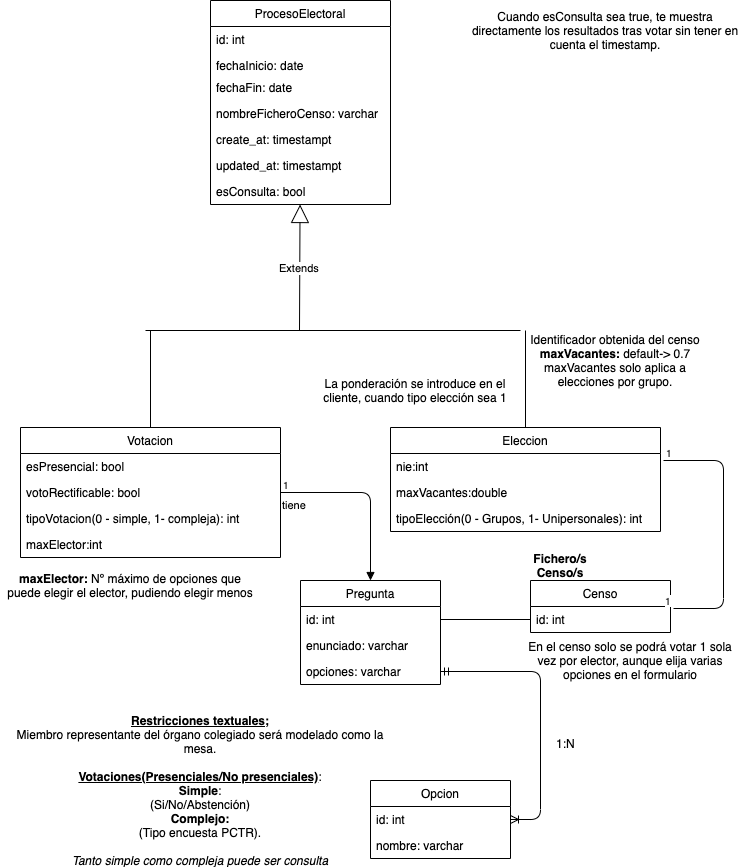
This is Análisis/diagramabd_votaciones.png from SalkerAG/Votaciones-Pinf-20, a draw.io export, as it was before one commit. Source tidied: cells renumbered, new cells last; positions are measured from the earlier drawing's top-left corner, leaving out a move shared by most shapes.
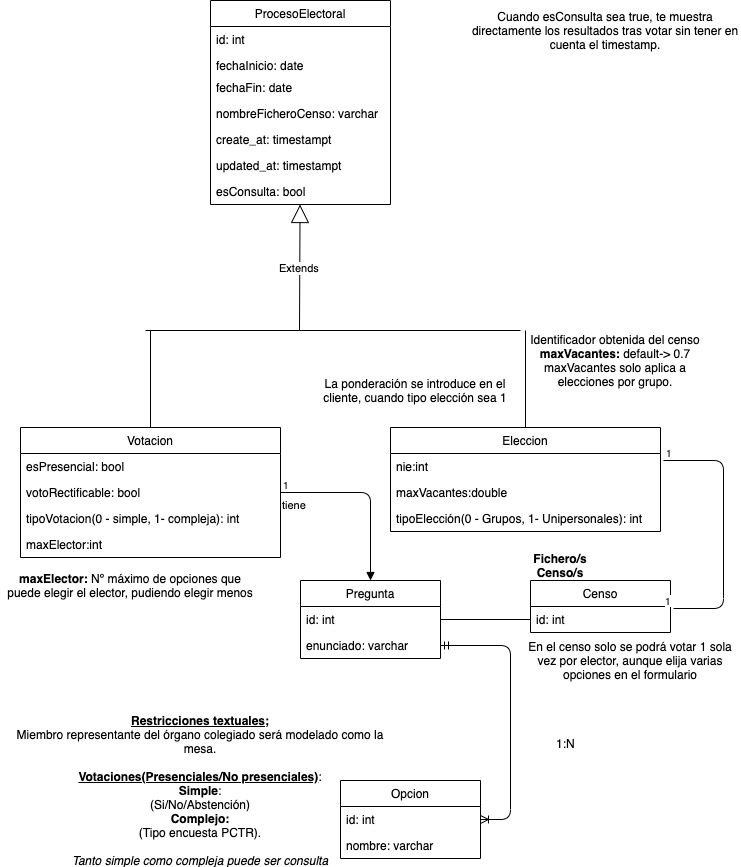
Above is the later version.

Diff of the diagram source:
```diff
@@ -75,7 +75,7 @@
       <mxGeometry y="78" width="270" height="26" as="geometry" />
     </mxCell>
     <mxCell id="23" value="Pregunta" style="swimlane;fontStyle=0;horizontal=1;startSize=26;fillColor=none;" parent="1" vertex="1">
-      <mxGeometry x="300" y="580" width="140" height="104" as="geometry" />
+      <mxGeometry x="300" y="580" width="140" height="78" as="geometry" />
     </mxCell>
     <mxCell id="24" value="id: int" style="text;strokeColor=none;fillColor=none;align=left;verticalAlign=top;spacingLeft=4;spacingRight=4;overflow=hidden;points=[[0,0.5],[1,0.5]];portConstraint=eastwest;" parent="23" vertex="1">
       <mxGeometry y="26" width="140" height="26" as="geometry" />
@@ -83,9 +83,6 @@
     <mxCell id="25" value="enunciado: varchar" style="text;strokeColor=none;fillColor=none;align=left;verticalAlign=top;spacingLeft=4;spacingRight=4;overflow=hidden;points=[[0,0.5],[1,0.5]];portConstraint=eastwest;" parent="23" vertex="1">
       <mxGeometry y="52" width="140" height="26" as="geometry" />
     </mxCell>
-    <mxCell id="26" value="opciones: varchar" style="text;strokeColor=none;fillColor=none;align=left;verticalAlign=top;spacingLeft=4;spacingRight=4;overflow=hidden;points=[[0,0.5],[1,0.5]];portConstraint=eastwest;" parent="23" vertex="1">
-      <mxGeometry y="78" width="140" height="26" as="geometry" />
-    </mxCell>
     <mxCell id="27" value="tiene" style="endArrow=block;endFill=1;html=1;edgeStyle=orthogonalEdgeStyle;align=left;verticalAlign=top;" parent="1" edge="1" source="14" target="23">
       <mxGeometry x="-1" relative="1" as="geometry" />
     </mxCell>
@@ -139,7 +136,7 @@
       <mxGeometry x="470" y="20" width="270" height="20" as="geometry" />
     </mxCell>
     <mxCell id="42" value="Opcion" style="swimlane;fontStyle=0;horizontal=1;startSize=26;fillColor=none;" parent="1" vertex="1">
-      <mxGeometry x="370" y="780" width="140" height="78" as="geometry" />
+      <mxGeometry x="340" y="780" width="140" height="78" as="geometry" />
     </mxCell>
     <mxCell id="43" value="id: int" style="text;strokeColor=none;fillColor=none;align=left;verticalAlign=top;spacingLeft=4;spacingRight=4;overflow=hidden;" parent="42" vertex="1">
       <mxGeometry y="26" width="140" height="26" as="geometry" />
@@ -147,7 +144,7 @@
     <mxCell id="44" value="nombre: varchar" style="text;strokeColor=none;fillColor=none;align=left;verticalAlign=top;spacingLeft=4;spacingRight=4;overflow=hidden;" parent="42" vertex="1">
       <mxGeometry y="52" width="140" height="26" as="geometry" />
     </mxCell>
-    <mxCell id="45" style="edgeStyle=entityRelationEdgeStyle;fontSize=12;html=1;endArrow=ERoneToMany;startArrow=ERmandOne;exitX=1;exitY=0.5;exitDx=0;exitDy=0;" parent="1" edge="1" source="26" target="42">
+    <mxCell id="45" style="edgeStyle=entityRelationEdgeStyle;fontSize=12;html=1;endArrow=ERoneToMany;startArrow=ERmandOne;exitX=1;exitY=0.5;exitDx=0;exitDy=0;" parent="1" edge="1" source="25" target="42">
       <mxGeometry relative="1" as="geometry" />
     </mxCell>
     <mxCell id="46" value="1:N" style="text;strokeColor=none;fillColor=none;spacingLeft=4;spacingRight=4;overflow=hidden;fontSize=12;" parent="1" vertex="1">
```
